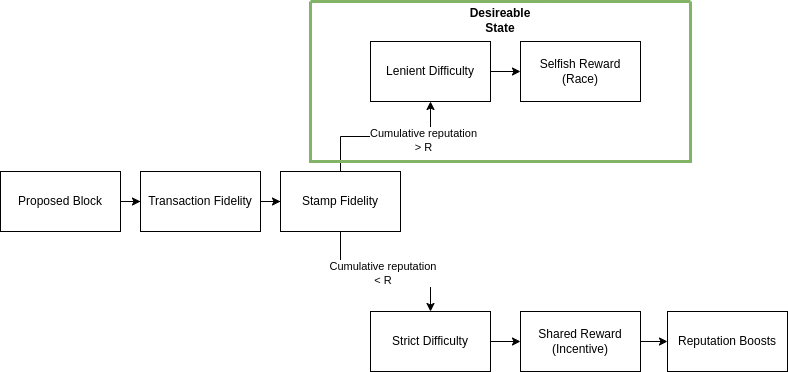
aheschl1/pillar keeps this draw.io diagram as figures/settle_chart.png. Above is the earlier version. Source tidied: cells renumbered, new cells last; positions are measured from the earlier drawing's top-left corner, leaving out a move shared by most shapes. Its diagram source:
```xml
<mxGraphModel>
  <root>
    <mxCell id="0" />
    <mxCell id="1" parent="0" />
    <mxCell id="2" style="edgeStyle=orthogonalEdgeStyle;rounded=0;jettySize=auto;html=1;entryX=0;entryY=0.5;entryDx=0;entryDy=0;" parent="1" edge="1" source="3" target="5">
      <mxGeometry relative="1" as="geometry" />
    </mxCell>
    <mxCell id="3" value="Proposed Block" style="rounded=0;whiteSpace=wrap;html=1;" parent="1" vertex="1">
      <mxGeometry y="170" width="120" height="60" as="geometry" />
    </mxCell>
    <mxCell id="4" style="edgeStyle=orthogonalEdgeStyle;rounded=0;jettySize=auto;html=1;" parent="1" edge="1" source="5" target="6">
      <mxGeometry relative="1" as="geometry" />
    </mxCell>
    <mxCell id="5" value="Transaction Fidelity" style="rounded=0;whiteSpace=wrap;html=1;" parent="1" vertex="1">
      <mxGeometry x="140" y="170" width="120" height="60" as="geometry" />
    </mxCell>
    <mxCell id="6" value="Stamp Fidelity" style="rounded=0;whiteSpace=wrap;html=1;" parent="1" vertex="1">
      <mxGeometry x="280" y="170" width="120" height="60" as="geometry" />
    </mxCell>
    <mxCell id="7" style="edgeStyle=orthogonalEdgeStyle;rounded=0;jettySize=auto;html=1;entryX=0.5;entryY=1;entryDx=0;entryDy=0;exitX=0.5;exitY=0;exitDx=0;exitDy=0;" parent="1" edge="1" source="6" target="10">
      <mxGeometry relative="1" as="geometry" />
    </mxCell>
    <mxCell id="8" value="Cumulative reputation&lt;div&gt;&amp;gt; R&lt;/div&gt;" style="edgeLabel;html=1;align=center;verticalAlign=middle;" parent="7" vertex="1">
      <mxGeometry x="0.46" y="-3" relative="1" as="geometry" />
    </mxCell>
    <mxCell id="9" style="edgeStyle=orthogonalEdgeStyle;rounded=0;jettySize=auto;html=1;entryX=0;entryY=0.5;entryDx=0;entryDy=0;" parent="1" edge="1" source="10" target="15">
      <mxGeometry relative="1" as="geometry" />
    </mxCell>
    <mxCell id="10" value="Lenient Difficulty" style="rounded=0;whiteSpace=wrap;html=1;" parent="1" vertex="1">
      <mxGeometry x="370" y="40" width="120" height="60" as="geometry" />
    </mxCell>
    <mxCell id="11" style="edgeStyle=orthogonalEdgeStyle;rounded=0;jettySize=auto;html=1;entryX=0.5;entryY=0;entryDx=0;entryDy=0;exitX=0.5;exitY=1;exitDx=0;exitDy=0;" parent="1" edge="1" source="6" target="14">
      <mxGeometry relative="1" as="geometry" />
    </mxCell>
    <mxCell id="12" value="Cumulative reputation&amp;nbsp;&lt;div&gt;&amp;lt; R&amp;nbsp;&lt;/div&gt;" style="edgeLabel;html=1;align=center;verticalAlign=middle;" parent="11" vertex="1">
      <mxGeometry x="-0.03" y="-1" relative="1" as="geometry" />
    </mxCell>
    <mxCell id="13" style="edgeStyle=orthogonalEdgeStyle;rounded=0;jettySize=auto;html=1;entryX=0;entryY=0.5;entryDx=0;entryDy=0;" parent="1" edge="1" source="14" target="17">
      <mxGeometry relative="1" as="geometry" />
    </mxCell>
    <mxCell id="14" value="Strict Difficulty" style="rounded=0;whiteSpace=wrap;html=1;" parent="1" vertex="1">
      <mxGeometry x="370" y="310" width="120" height="60" as="geometry" />
    </mxCell>
    <mxCell id="15" value="Selfish Reward (Race)" style="rounded=0;whiteSpace=wrap;html=1;" parent="1" vertex="1">
      <mxGeometry x="520" y="40" width="120" height="60" as="geometry" />
    </mxCell>
    <mxCell id="16" style="edgeStyle=orthogonalEdgeStyle;rounded=0;jettySize=auto;html=1;entryX=0;entryY=0.5;entryDx=0;entryDy=0;" parent="1" edge="1" source="17" target="18">
      <mxGeometry relative="1" as="geometry" />
    </mxCell>
    <mxCell id="17" value="Shared Reward (Incentive)" style="rounded=0;whiteSpace=wrap;html=1;" parent="1" vertex="1">
      <mxGeometry x="520" y="310" width="120" height="60" as="geometry" />
    </mxCell>
    <mxCell id="18" value="Reputation Boosts" style="rounded=0;whiteSpace=wrap;html=1;" parent="1" vertex="1">
      <mxGeometry x="667" y="310" width="120" height="60" as="geometry" />
    </mxCell>
    <mxCell id="19" style="swimlane;startSize=0;fillColor=#d5e8d4;strokeColor=#82b366;strokeWidth=3;" parent="1" vertex="1">
      <mxGeometry x="310" width="380" height="160" as="geometry" />
    </mxCell>
    <mxCell id="20" value="Desireable State" style="text;html=1;align=center;verticalAlign=middle;whiteSpace=wrap;rounded=0;fontStyle=1;" parent="19" vertex="1">
      <mxGeometry x="160" y="4" width="60" height="30" as="geometry" />
    </mxCell>
  </root>
</mxGraphModel>
```
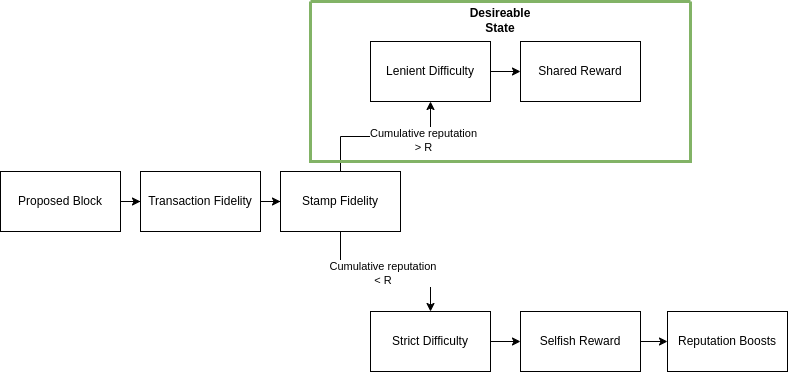
Later version of the same file.

What changed in the source:
```diff
@@ -41,13 +41,13 @@
     <mxCell id="14" value="Strict Difficulty" style="rounded=0;whiteSpace=wrap;html=1;" parent="1" vertex="1">
       <mxGeometry x="370" y="310" width="120" height="60" as="geometry" />
     </mxCell>
-    <mxCell id="15" value="Selfish Reward (Race)" style="rounded=0;whiteSpace=wrap;html=1;" parent="1" vertex="1">
+    <mxCell id="15" value="Shared Reward" style="rounded=0;whiteSpace=wrap;html=1;" parent="1" vertex="1">
       <mxGeometry x="520" y="40" width="120" height="60" as="geometry" />
     </mxCell>
     <mxCell id="16" style="edgeStyle=orthogonalEdgeStyle;rounded=0;jettySize=auto;html=1;entryX=0;entryY=0.5;entryDx=0;entryDy=0;" parent="1" edge="1" source="17" target="18">
       <mxGeometry relative="1" as="geometry" />
     </mxCell>
-    <mxCell id="17" value="Shared Reward (Incentive)" style="rounded=0;whiteSpace=wrap;html=1;" parent="1" vertex="1">
+    <mxCell id="17" value="Selfish Reward" style="rounded=0;whiteSpace=wrap;html=1;" parent="1" vertex="1">
       <mxGeometry x="520" y="310" width="120" height="60" as="geometry" />
     </mxCell>
     <mxCell id="18" value="Reputation Boosts" style="rounded=0;whiteSpace=wrap;html=1;" parent="1" vertex="1">
```
